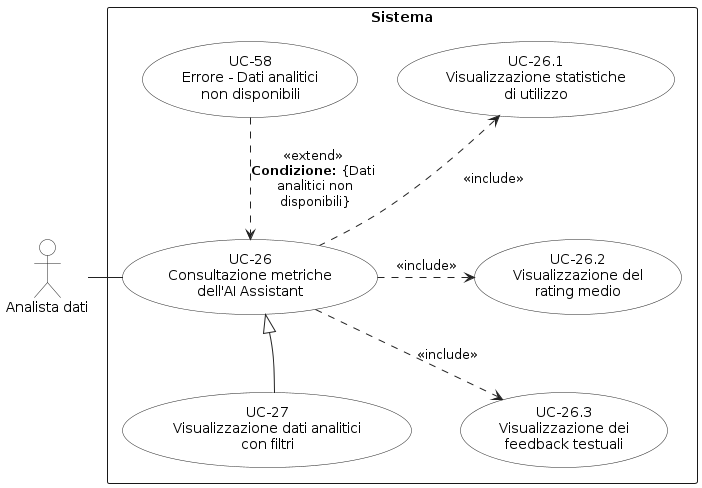
This is RTB/Analisi dei Requisiti/diagrammi_use_case/UC-26.png from aLittleByte-19/Documentazione, a PlantUML export, as it was before one commit.
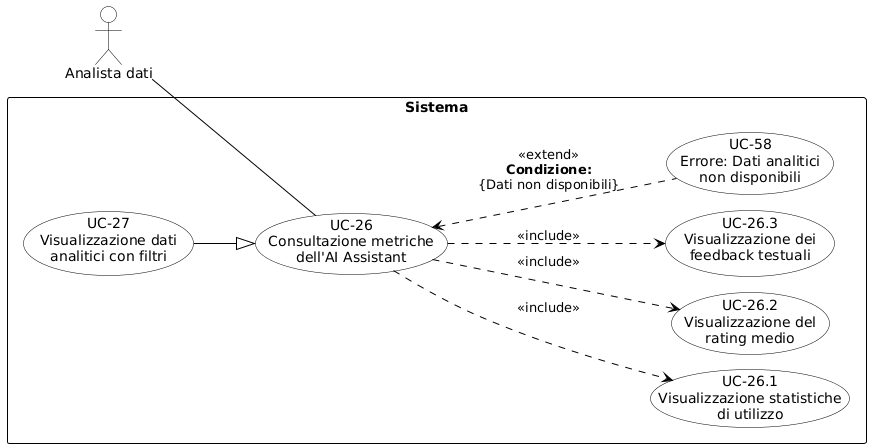
After the change.

Diff of the diagram source:
```diff
@@ -1,43 +1,45 @@
 @startuml
 skinparam shadowing false
-skinparam backgroundColor white
-skinparam packageStyle rectangle
+skinparam defaultFontName Arial
+left to right direction
+skinparam nodesep 15
+skinparam ranksep 60
 
 skinparam usecase {
-BorderColor #222222
-BackgroundColor white
-ArrowColor #222222
+    BackgroundColor white
+    BorderColor black
+    ArrowColor black
 }
 skinparam actor {
-BorderColor #222222
-BackgroundColor white
-ArrowColor #222222
+    BackgroundColor white
+    BorderColor black
+}
+skinparam rectangle {
+    BorderColor black
+    FontStyle bold
 }
 
 actor "Analista dati" as AD
 
 rectangle "Sistema" {
-usecase "UC-26\nConsultazione metriche\ndell'AI Assistant" as UC26
+    usecase "UC-26\nConsultazione metriche\ndell'AI Assistant" as UC26
 
-usecase "UC-26.3\nVisualizzazione dei\nfeedback testuali" as UC263
-usecase "UC-26.2\nVisualizzazione del\nrating medio" as UC262
-usecase "UC-26.1\nVisualizzazione statistiche\ndi utilizzo" as UC261
+    usecase "UC-26.1\nVisualizzazione statistiche\ndi utilizzo" as UC26_1
+    usecase "UC-26.2\nVisualizzazione del\nrating medio" as UC26_2
+    usecase "UC-26.3\nVisualizzazione dei\nfeedback testuali" as UC26_3
 
-usecase "UC-27\nVisualizzazione dati analitici\ncon filtri" as UC27
-usecase "UC-58\nErrore - Dati analitici\nnon disponibili" as UC58
+    usecase "UC-58\nErrore: Dati analitici\nnon disponibili" as UC58
+
+    usecase "UC-27\nVisualizzazione dati\nanalitici con filtri" as UC27
+
+    UC26 ..> UC26_1 : <<include>>
+    UC26 ..> UC26_2 : <<include>>
+    UC26 ..> UC26_3 : <<include>>
+
+    UC26 <.. UC58 : <<extend>>\n**Condizione:**\n{Dati non disponibili}
+
+    UC27 --|> UC26
 }
 
-AD -right- UC26
-
-UC26 .down.> UC263 : <<include>>
-UC26 .right.> UC262 : <<include>>
-UC26 .up.> UC261 : <<include>>
-
-UC27 -[hidden]up-> UC26
-
-UC58 ..> UC26 : <<extend>>\n**Condizione:** {Dati\n analitici non\n disponibili}
-UC27 --|> UC26
-
-UC262 -[hidden]up- UC261
-UC262 -[hidden]down- UC263
+AD -- UC26
 @enduml
```
